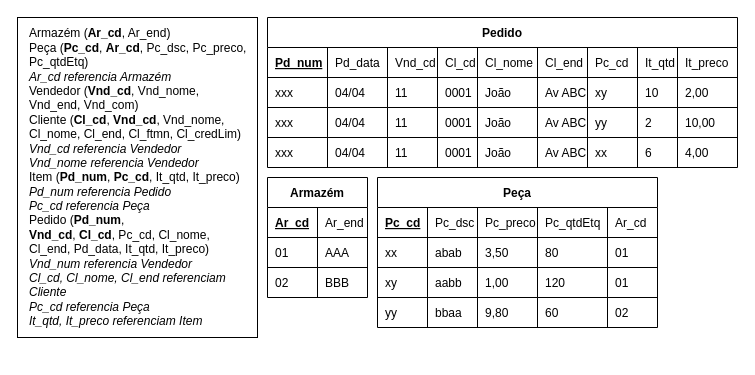
Before: page "Ex3-Lógico" (6 of 6) of Lista6_16-05/Lista6.drawio in andreeeeeeeee/Engenharia_Software, a draw.io diagram. Source tidied: cells renumbered, new cells numbered last; positions are measured from the earlier drawing's top-left corner, leaving out a move shared by most shapes. Both pictures are drawn from the tidied source at 100%, with x=0, y=0 at pixel (17, 17).
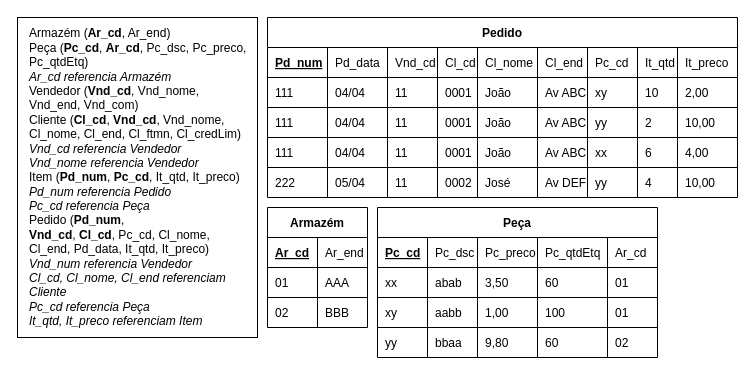
Above is the later version.

The change refers to these unchanged cells:
```xml
<mxCell id="15" style="shape=tableRow;horizontal=0;startSize=0;swimlaneHead=0;swimlaneBody=0;fillColor=none;top=0;left=0;right=0;bottom=0;" parent="4" vertex="1">
  <mxGeometry y="60" width="470" height="30" as="geometry" />
</mxCell>
<mxCell id="25" style="shape=tableRow;horizontal=0;startSize=0;swimlaneHead=0;swimlaneBody=0;fillColor=none;top=0;left=0;right=0;bottom=0;" parent="4" vertex="1">
  <mxGeometry y="90" width="470" height="30" as="geometry" />
</mxCell>
<mxCell id="35" style="shape=tableRow;horizontal=0;startSize=0;swimlaneHead=0;swimlaneBody=0;fillColor=none;top=0;left=0;right=0;bottom=0;" parent="4" vertex="1">
  <mxGeometry y="120" width="470" height="30" as="geometry" />
</mxCell>
<mxCell id="62" style="shape=tableRow;horizontal=0;startSize=0;swimlaneHead=0;swimlaneBody=0;fillColor=none;top=0;left=0;right=0;bottom=0;" parent="55" vertex="1">
  <mxGeometry y="60" width="280" height="30" as="geometry" />
</mxCell>
<mxCell id="68" style="shape=tableRow;horizontal=0;startSize=0;swimlaneHead=0;swimlaneBody=0;fillColor=none;top=0;left=0;right=0;bottom=0;" parent="55" vertex="1">
  <mxGeometry y="90" width="280" height="30" as="geometry" />
</mxCell>
```

What changed in the source:
```diff
@@
     <mxCell id="4" value="Pedido" style="shape=table;startSize=30;childLayout=tableLayout;rowLines=1;fontStyle=1;align=center;swimlaneLine=1;shadow=0;sketch=0;swimlaneFillColor=default;gradientColor=none;columnLines=1;" parent="1" vertex="1">
-      <mxGeometry x="250" width="470" height="150" as="geometry" />
+      <mxGeometry x="250" width="470" height="180" as="geometry" />
     </mxCell>
@@
-    <mxCell id="16" value="xxx" style="shape=partialRectangle;fillColor=none;top=0;left=0;bottom=0;right=0;align=left;spacingLeft=6;overflow=hidden;" parent="15" vertex="1">
+    <mxCell id="16" value="111" style="shape=partialRectangle;fillColor=none;top=0;left=0;bottom=0;right=0;align=left;spacingLeft=6;overflow=hidden;" parent="15" vertex="1">
       <mxGeometry width="60" height="30" as="geometry" />
     </mxCell>
@@
-    <mxCell id="26" value="xxx" style="shape=partialRectangle;fillColor=none;top=0;left=0;bottom=0;right=0;align=left;spacingLeft=6;overflow=hidden;" parent="25" vertex="1">
+    <mxCell id="26" value="111" style="shape=partialRectangle;fillColor=none;top=0;left=0;bottom=0;right=0;align=left;spacingLeft=6;overflow=hidden;" parent="25" vertex="1">
       <mxGeometry width="60" height="30" as="geometry" />
     </mxCell>
@@
-    <mxCell id="36" value="xxx" style="shape=partialRectangle;fillColor=none;top=0;left=0;bottom=0;right=0;align=left;spacingLeft=6;overflow=hidden;" parent="35" vertex="1">
+    <mxCell id="36" value="111" style="shape=partialRectangle;fillColor=none;top=0;left=0;bottom=0;right=0;align=left;spacingLeft=6;overflow=hidden;" parent="35" vertex="1">
       <mxGeometry width="60" height="30" as="geometry" />
     </mxCell>
@@
+    <mxCell id="80" style="shape=tableRow;horizontal=0;startSize=0;swimlaneHead=0;swimlaneBody=0;fillColor=none;top=0;left=0;right=0;bottom=0;" parent="4" vertex="1">
+      <mxGeometry y="150" width="470" height="30" as="geometry" />
+    </mxCell>
+    <mxCell id="81" value="222" style="shape=partialRectangle;fillColor=none;top=0;left=0;bottom=0;right=0;align=left;spacingLeft=6;overflow=hidden;" parent="80" vertex="1">
+      <mxGeometry width="60" height="30" as="geometry" />
+    </mxCell>
+    <mxCell id="82" value="05/04" style="shape=partialRectangle;fillColor=none;top=0;left=0;bottom=0;right=0;align=left;spacingLeft=6;overflow=hidden;" parent="80" vertex="1">
+      <mxGeometry x="60" width="60" height="30" as="geometry" />
+    </mxCell>
+    <mxCell id="83" value="11" style="shape=partialRectangle;fillColor=none;top=0;left=0;bottom=0;right=0;align=left;spacingLeft=6;overflow=hidden;" parent="80" vertex="1">
+      <mxGeometry x="120" width="50" height="30" as="geometry" />
+    </mxCell>
+    <mxCell id="84" value="0002" style="shape=partialRectangle;fillColor=none;top=0;left=0;bottom=0;right=0;align=left;spacingLeft=6;overflow=hidden;" parent="80" vertex="1">
+      <mxGeometry x="170" width="40" height="30" as="geometry" />
+    </mxCell>
+    <mxCell id="85" value="José" style="shape=partialRectangle;fillColor=none;top=0;left=0;bottom=0;right=0;align=left;spacingLeft=6;overflow=hidden;" parent="80" vertex="1">
+      <mxGeometry x="210" width="60" height="30" as="geometry" />
+    </mxCell>
+    <mxCell id="86" value="Av DEF" style="shape=partialRectangle;fillColor=none;top=0;left=0;bottom=0;right=0;align=left;spacingLeft=6;overflow=hidden;" parent="80" vertex="1">
+      <mxGeometry x="270" width="50" height="30" as="geometry" />
+    </mxCell>
+    <mxCell id="87" value="yy" style="shape=partialRectangle;fillColor=none;top=0;left=0;bottom=0;right=0;align=left;spacingLeft=6;overflow=hidden;" parent="80" vertex="1">
+      <mxGeometry x="320" width="50" height="30" as="geometry" />
+    </mxCell>
+    <mxCell id="88" value="4" style="shape=partialRectangle;fillColor=none;top=0;left=0;bottom=0;right=0;align=left;spacingLeft=6;overflow=hidden;" parent="80" vertex="1">
+      <mxGeometry x="370" width="40" height="30" as="geometry" />
+    </mxCell>
+    <mxCell id="89" value="10,00" style="shape=partialRectangle;fillColor=none;top=0;left=0;bottom=0;right=0;align=left;spacingLeft=6;overflow=hidden;" parent="80" vertex="1">
+      <mxGeometry x="410" width="60" height="30" as="geometry" />
+    </mxCell>
     <mxCell id="45" value="Armazém" style="shape=table;startSize=30;childLayout=tableLayout;rowLines=1;fontStyle=1;align=center;swimlaneLine=1;shadow=0;sketch=0;swimlaneFillColor=default;gradientColor=none;columnLines=1;" parent="1" vertex="1">
-      <mxGeometry x="250" y="160" width="100" height="120" as="geometry" />
+      <mxGeometry x="250" y="190" width="100" height="120" as="geometry" />
     </mxCell>
@@
     <mxCell id="55" value="Peça" style="shape=table;startSize=30;childLayout=tableLayout;rowLines=1;fontStyle=1;align=center;swimlaneLine=1;shadow=0;sketch=0;swimlaneFillColor=default;gradientColor=none;columnLines=1;" parent="1" vertex="1">
-      <mxGeometry x="360" y="160" width="280" height="150" as="geometry" />
+      <mxGeometry x="360" y="190" width="280" height="150" as="geometry" />
     </mxCell>
@@
-    <mxCell id="66" value="80" style="shape=partialRectangle;fillColor=none;top=0;left=0;bottom=0;right=0;align=left;spacingLeft=6;overflow=hidden;" parent="62" vertex="1">
+    <mxCell id="66" value="60" style="shape=partialRectangle;fillColor=none;top=0;left=0;bottom=0;right=0;align=left;spacingLeft=6;overflow=hidden;" parent="62" vertex="1">
       <mxGeometry x="160" width="70" height="30" as="geometry" />
     </mxCell>
@@
-    <mxCell id="72" value="120" style="shape=partialRectangle;fillColor=none;top=0;left=0;bottom=0;right=0;align=left;spacingLeft=6;overflow=hidden;" parent="68" vertex="1">
+    <mxCell id="72" value="100" style="shape=partialRectangle;fillColor=none;top=0;left=0;bottom=0;right=0;align=left;spacingLeft=6;overflow=hidden;" parent="68" vertex="1">
       <mxGeometry x="160" width="70" height="30" as="geometry" />
     </mxCell>
```
